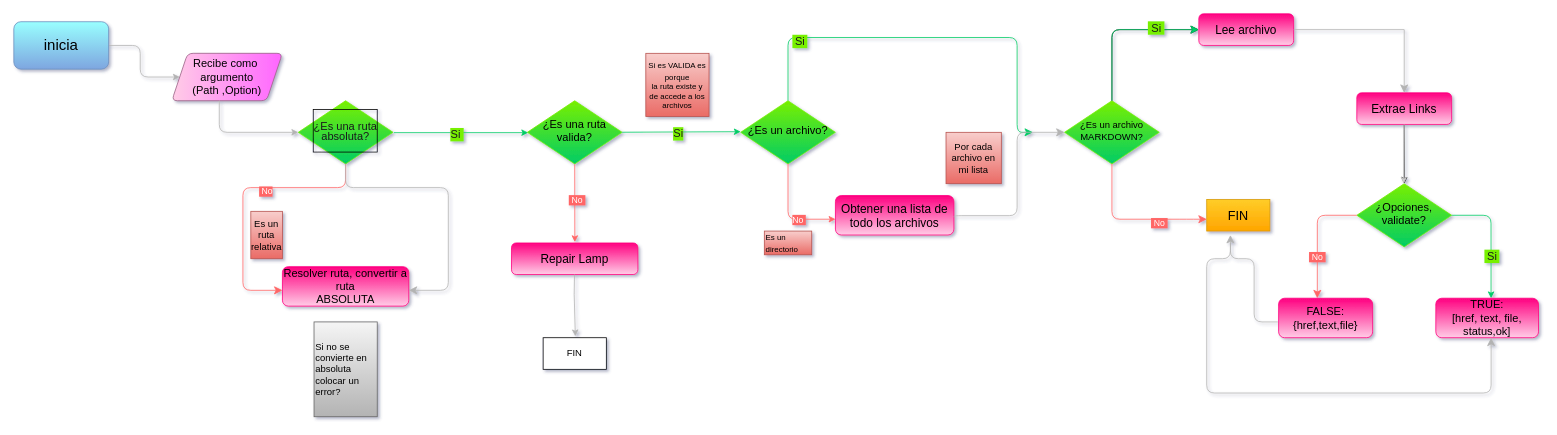
Above: Diagrama sin título.drawio in natis93/DEV008-md-links (draw.io), before the change. Source tidied: cells renumbered, new cells numbered last; positions are measured from the earlier drawing's top-left corner, leaving out a move shared by most shapes. Both pictures are drawn from the tidied source at 79%, with x=0, y=0 at pixel (13, 13).
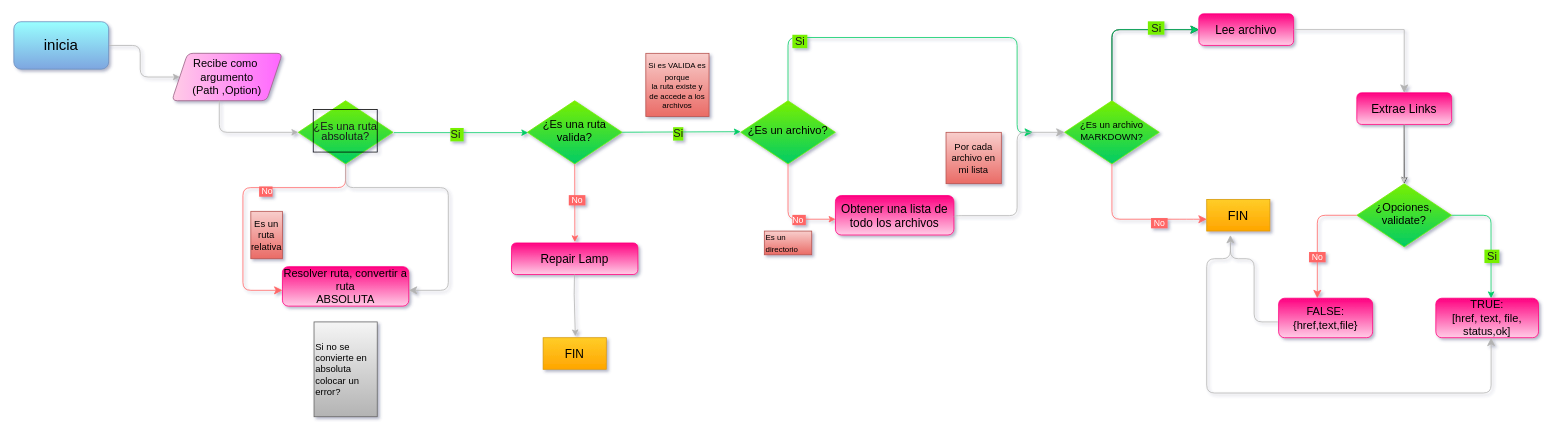
After the change.

Commit message (it also covers changes not shown here):
Diagrama de flujo

Diff of the diagram source:
```diff
@@
-    <mxCell id="48" value="&lt;span style=&quot;font-weight: 400;&quot;&gt;FIN&lt;/span&gt;" style="rounded=0;whiteSpace=wrap;html=1;fontStyle=1;" parent="1" vertex="1">
+    <mxCell id="48" value="&lt;span style=&quot;font-weight: 400;&quot;&gt;&lt;font style=&quot;font-size: 15px;&quot;&gt;FIN&lt;/font&gt;&lt;/span&gt;" style="rounded=0;whiteSpace=wrap;html=1;fontStyle=1;fillColor=#ffcd28;gradientColor=#ffa500;strokeColor=#d79b00;" parent="1" vertex="1">
       <mxGeometry x="670" y="410" width="80" height="40" as="geometry" />
     </mxCell>
```
